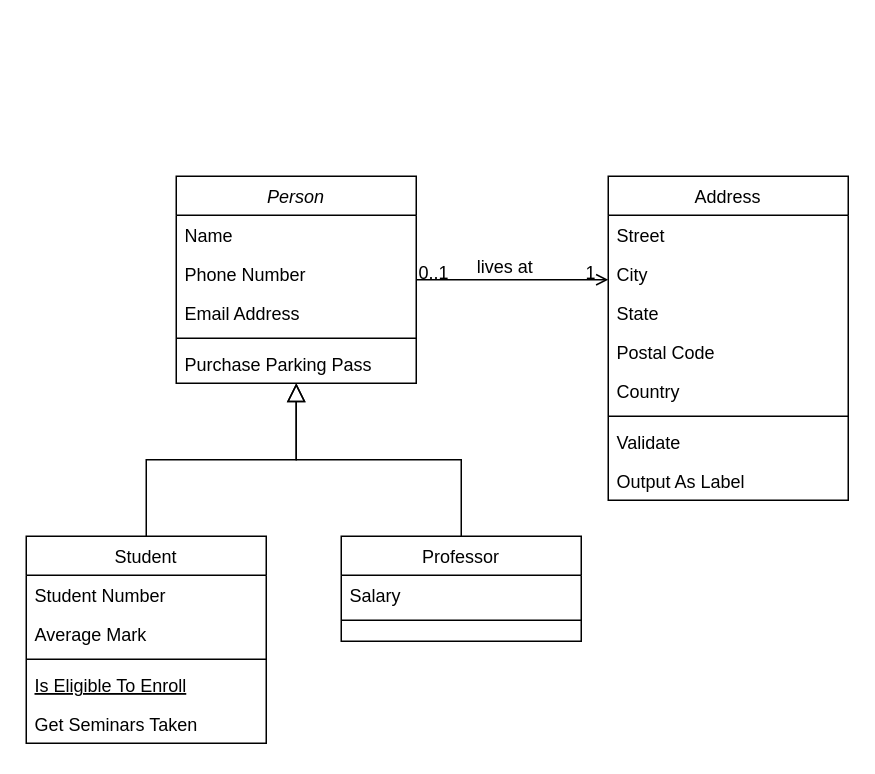
This is Diagramme sans nom.drawio from MelissaHOA/EXO_Gestion_Ecole, a draw.io file, before an edit. Source tidied: cells renumbered, new cells numbered last; positions are measured from the earlier drawing's top-left corner, leaving out a move shared by most shapes. Both pictures are drawn from the tidied source at 150%, with x=0, y=0 at pixel (26, 176).
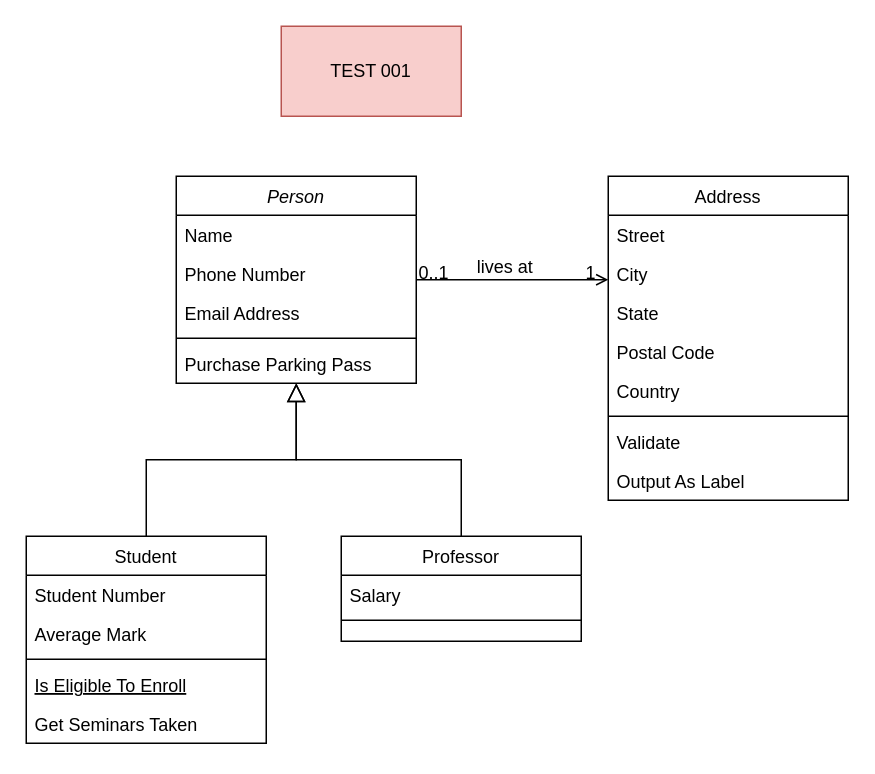
The same diagram, later.

Commit message:
UseCase_gestionEcole

Diff of the diagram source:
```diff
@@
+    <mxCell id="32" value="TEST 001" style="rounded=0;whiteSpace=wrap;html=1;fillColor=#f8cecc;strokeColor=#b85450;" parent="1" vertex="1">
+      <mxGeometry x="170" y="-100" width="120" height="60" as="geometry" />
+    </mxCell>
```
